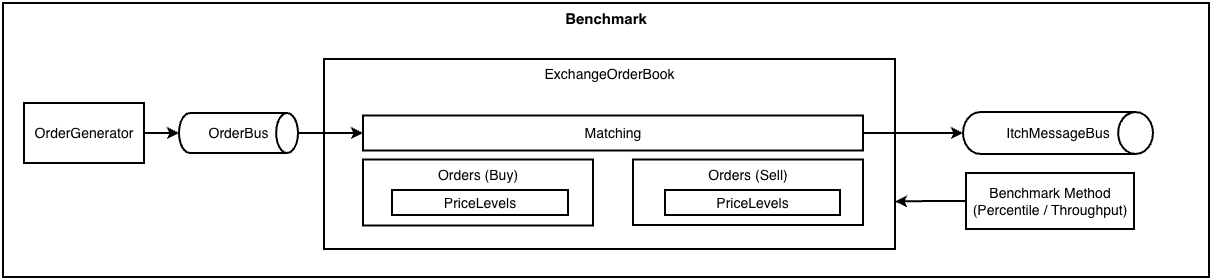
The draw.io diagram images/benchmark.png in harryzhangau/latency-benchmark, before a commit. Source tidied: cells renumbered, new cells last; positions are measured from the earlier drawing's top-left corner, leaving out a move shared by most shapes.
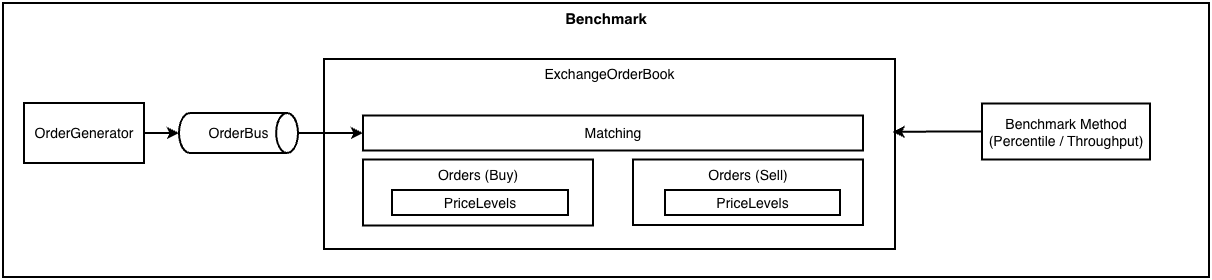
After the change.

What changed in the source:
```diff
@@ -17,11 +17,8 @@
     <mxCell id="6" value="OrderBus" style="strokeWidth=2;html=1;shape=mxgraph.flowchart.direct_data;whiteSpace=wrap;strokeColor=light-dark(#000000,#000000);fillColor=none;labelBackgroundColor=none;fontColor=light-dark(#000000,#000000);fontSize=14;" parent="1" vertex="1">
       <mxGeometry x="176" y="110" width="119" height="40" as="geometry" />
     </mxCell>
-    <mxCell id="7" style="edgeStyle=orthogonalEdgeStyle;rounded=0;jettySize=auto;html=1;entryX=1;entryY=0.75;entryDx=0;entryDy=0;strokeWidth=2;strokeColor=light-dark(#000000,#000000);" parent="1" edge="1" source="8" target="4">
-      <mxGeometry relative="1" as="geometry" />
-    </mxCell>
     <mxCell id="8" value="Benchmark Method (Percentile / Throughput)" style="rounded=0;whiteSpace=wrap;html=1;strokeColor=light-dark(#000000,#000000);fillColor=none;fontColor=light-dark(#000000,#000000);strokeWidth=2;fontSize=14;" parent="1" vertex="1">
-      <mxGeometry x="963" y="170" width="168" height="56" as="geometry" />
+      <mxGeometry x="979" y="100.5" width="168" height="56" as="geometry" />
     </mxCell>
     <mxCell id="9" style="edgeStyle=orthogonalEdgeStyle;rounded=0;jettySize=auto;html=1;entryX=0;entryY=0.5;entryDx=0;entryDy=0;entryPerimeter=0;strokeColor=light-dark(#000000,#000000);fontSize=14;strokeWidth=2;" parent="1" edge="1" source="3" target="6">
       <mxGeometry relative="1" as="geometry" />
@@ -41,11 +38,8 @@
     <mxCell id="14" value="Matching" style="rounded=0;whiteSpace=wrap;html=1;strokeColor=light-dark(#000000,#000000);fillColor=none;fontColor=light-dark(#000000,#000000);strokeWidth=2;fontSize=14;" parent="1" vertex="1">
       <mxGeometry x="360" y="112.5" width="500" height="35" as="geometry" />
     </mxCell>
-    <mxCell id="15" value="ItchMessageBus" style="strokeWidth=2;html=1;shape=mxgraph.flowchart.direct_data;whiteSpace=wrap;strokeColor=light-dark(#000000,#000000);fillColor=none;labelBackgroundColor=none;fontColor=light-dark(#000000,#000000);fontSize=14;" parent="1" vertex="1">
-      <mxGeometry x="960" y="109" width="190" height="42" as="geometry" />
-    </mxCell>
-    <mxCell id="16" style="edgeStyle=orthogonalEdgeStyle;rounded=0;jettySize=auto;html=1;entryX=0;entryY=0.5;entryDx=0;entryDy=0;entryPerimeter=0;strokeWidth=2;strokeColor=light-dark(#000000,#000000);" parent="1" edge="1" source="14" target="15">
-      <mxGeometry relative="1" as="geometry" />
-    </mxCell>
+    <mxCell id="7" style="edgeStyle=orthogonalEdgeStyle;rounded=0;jettySize=auto;html=1;entryX=0.996;entryY=0.384;entryDx=0;entryDy=0;entryPerimeter=0;strokeWidth=2;strokeColor=#000000;" parent="1" edge="1" source="8" target="4">
+      <mxGeometry relative="1" as="geometry" />
+    </mxCell>
   </root>
 </mxGraphModel>
```
